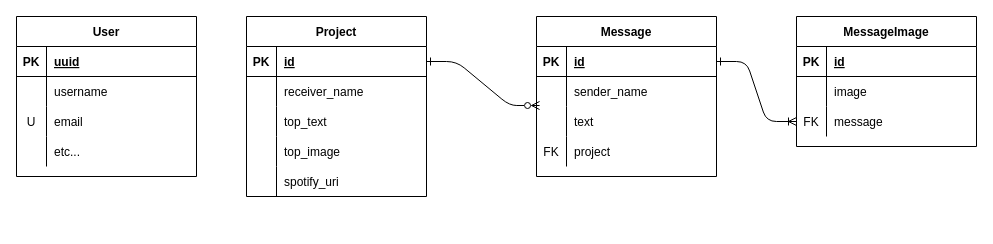
youngeek-0410/hacku-kosen-2022-backend keeps this draw.io diagram as docs/ER.drawio. Above is the earlier version. Source tidied: cells renumbered, new cells numbered last; positions are measured from the earlier drawing's top-left corner, leaving out a move shared by most shapes. Both pictures are drawn from the tidied source at 100%, with x=0, y=0 at pixel (16, 16).
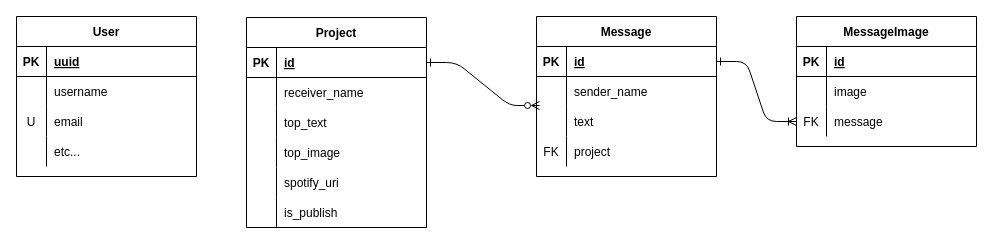
The same diagram, later.

Change to the diagram source:
```diff
@@
     <mxCell id="2" value="Project" style="shape=table;startSize=30;childLayout=tableLayout;rowLines=0;fontStyle=1;align=center;" parent="1" vertex="1">
-      <mxGeometry x="230" width="180" height="180" as="geometry" />
+      <mxGeometry x="230" y="1" width="180" height="210" as="geometry" />
     </mxCell>
@@
+    <mxCell id="56" style="shape=partialRectangle;fillColor=none;top=0;left=0;bottom=0;right=0;" parent="2" vertex="1">
+      <mxGeometry y="180" width="180" height="30" as="geometry" />
+    </mxCell>
+    <mxCell id="57" style="shape=partialRectangle;fillColor=none;top=0;left=0;bottom=0;right=0;overflow=hidden;" parent="56" vertex="1">
+      <mxGeometry width="30" height="30" as="geometry" />
+    </mxCell>
+    <mxCell id="58" value="is_publish" style="shape=partialRectangle;fillColor=none;top=0;left=0;bottom=0;right=0;align=left;spacingLeft=6;overflow=hidden;" parent="56" vertex="1">
+      <mxGeometry x="30" width="150" height="30" as="geometry" />
+    </mxCell>
```
